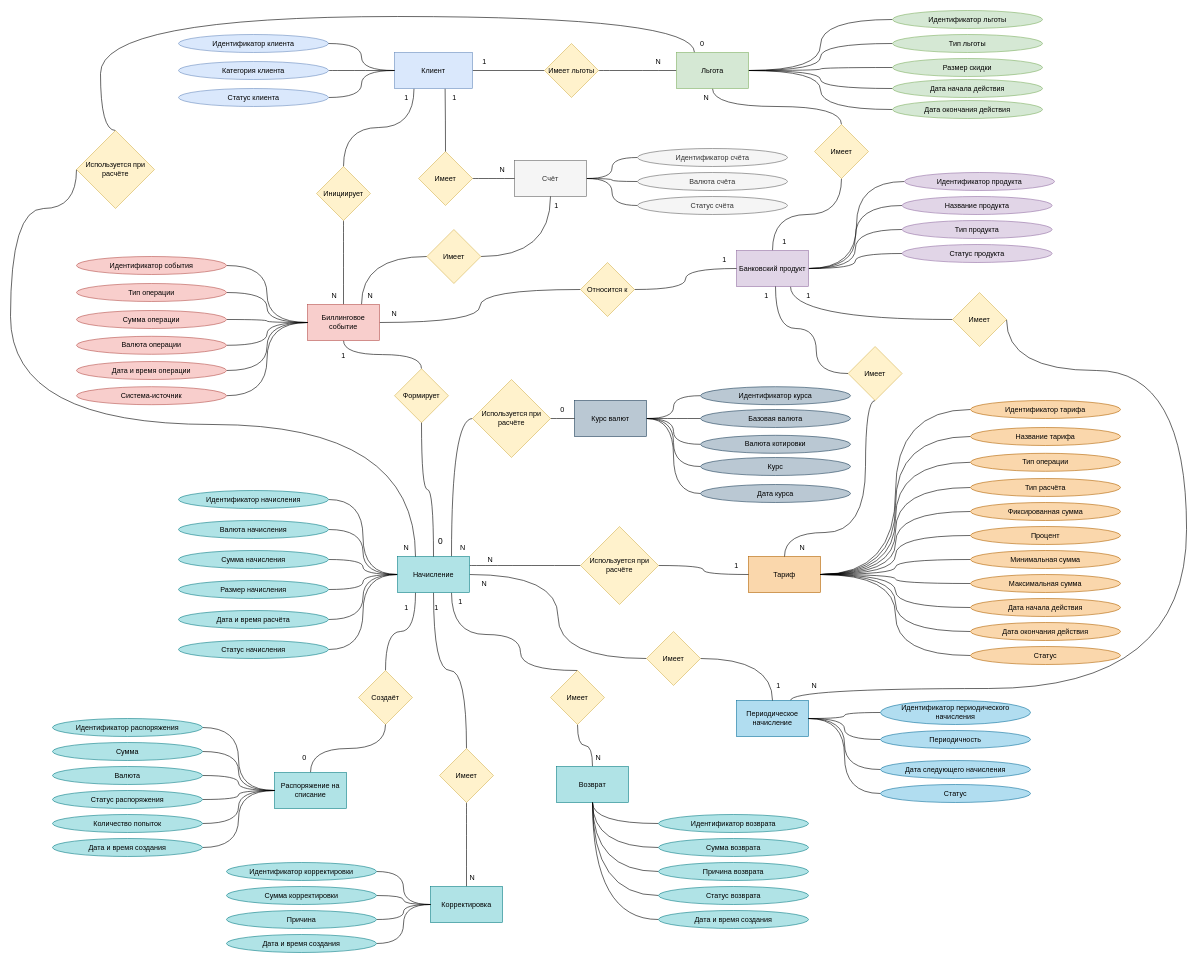
Before: bbs_chen_notation.drawio in yusupchonok/banking-billing-system, a draw.io diagram. Source tidied: cells renumbered, new cells numbered last; positions are measured from the earlier drawing's top-left corner, leaving out a move shared by most shapes. Both pictures are drawn from the tidied source at 60%, with x=0, y=0 at pixel (10, 10).
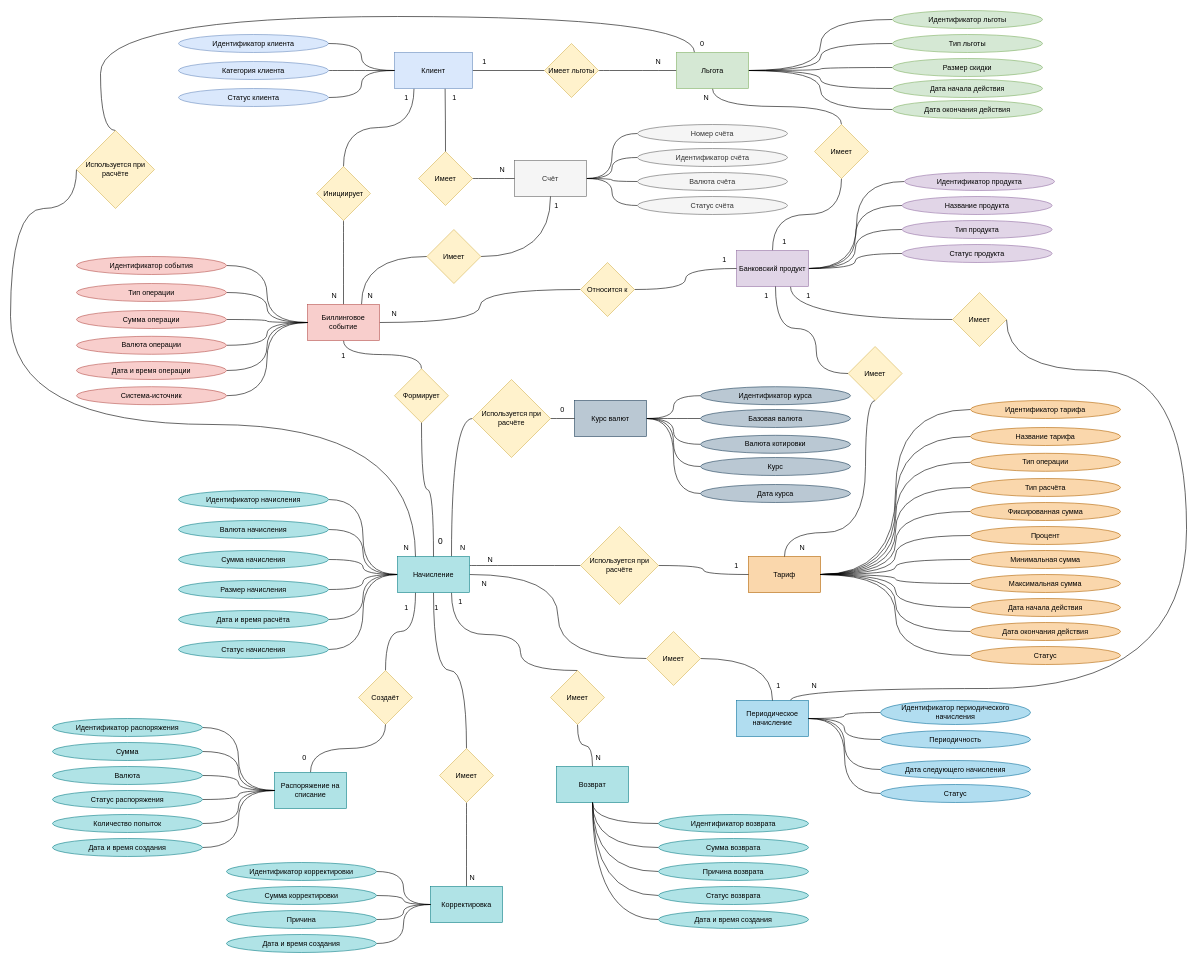
The same page after the edit.

Unchanged cells that the change refers to:
```xml
<mxCell id="29" value="Счёт" style="rounded=0;whiteSpace=wrap;html=1;fillColor=#f5f5f5;fontColor=#333333;strokeColor=#666666;" parent="1" vertex="1">
  <mxGeometry x="840" y="250" width="120" height="60" as="geometry" />
</mxCell>
```

The edit, as a diff of the source:
```diff
@@
+    <mxCell id="218" style="edgeStyle=orthogonalEdgeStyle;rounded=0;jettySize=auto;html=1;exitX=1;exitY=0.5;exitDx=0;exitDy=0;entryX=0;entryY=0.5;entryDx=0;entryDy=0;strokeColor=default;align=center;verticalAlign=middle;fontFamily=Helvetica;fontSize=11;fontColor=default;labelBackgroundColor=default;endArrow=none;endFill=0;curved=1;" parent="1" edge="1" source="29" target="219">
+      <mxGeometry relative="1" as="geometry" />
+    </mxCell>
@@
+    <mxCell id="219" value="Номер счёта" style="ellipse;whiteSpace=wrap;html=1;shapeInside=1;fillColor=#f5f5f5;strokeColor=#666666;fontColor=#333333;" parent="1" vertex="1">
+      <mxGeometry x="1045" y="190" width="250" height="30" as="geometry" />
+    </mxCell>
```
